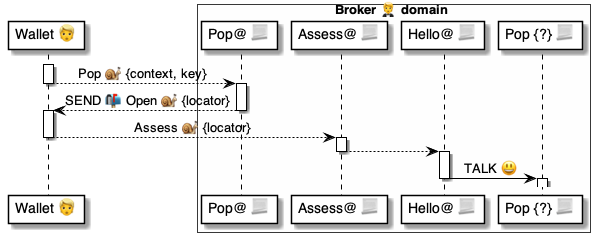
This is 4 ⚙️ Solution/20 🧑‍🦰 UI/Brokers 🤵/🤵🅰️ Broker methods/Wallets 🧑‍🦰 Pop 🧑‍🦰🐌🤵/🤵 Pop ⚙️ uml.png from pollyweb-org/pollyweb-docs, a PlantUML export, as it was before one commit. Its source is kept beside it as 4 ⚙️ Solution/20 🧑‍🦰 UI/Brokers 🤵/🤵🅰️ Broker methods/Wallets 🧑‍🦰 Pop 🧑‍🦰🐌🤵/🤵 Pop ⚙️ uml.puml. Source of this version:
```plantuml
@startuml Pop@Broker

participant "Wallet 👱" as wallet

box Broker 🤵 domain #FFFFFA
    participant "Pop@ 📃" as pop
    participant "Assess@ 📃" as assess
    participant "Hello@ 📃" as introduced
    participant "Pop {?} 📃" as popX
end box



activate wallet
    wallet --> pop: Pop 🐌 {context, key}
deactivate wallet



activate pop
    pop --> wallet: SEND 📬 Open 🐌 {locator}
deactivate pop

activate wallet
    wallet --> assess: Assess 🐌 {locator}
deactivate wallet

activate assess
    assess --> introduced:
deactivate assess

activate introduced
    introduced -> popX: TALK 😃
deactivate introduced

activate popX
deactivate popX


@enduml
```
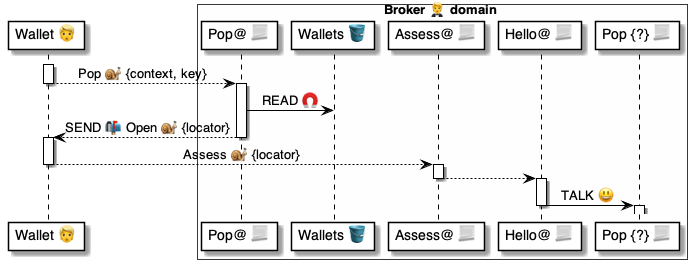
The same diagram one commit later.

The edit, as a diff of the source:
```diff
@@ -4,6 +4,7 @@
 
 box Broker 🤵 domain #FFFFFA
     participant "Pop@ 📃" as pop
+    participant "Wallets 🪣" as wallets
     participant "Assess@ 📃" as assess
     participant "Hello@ 📃" as introduced
     participant "Pop {?} 📃" as popX
@@ -18,6 +19,7 @@
 
 
 activate pop
+    pop -> wallets: READ 🧲
     pop --> wallet: SEND 📬 Open 🐌 {locator}
 deactivate pop
 
```
